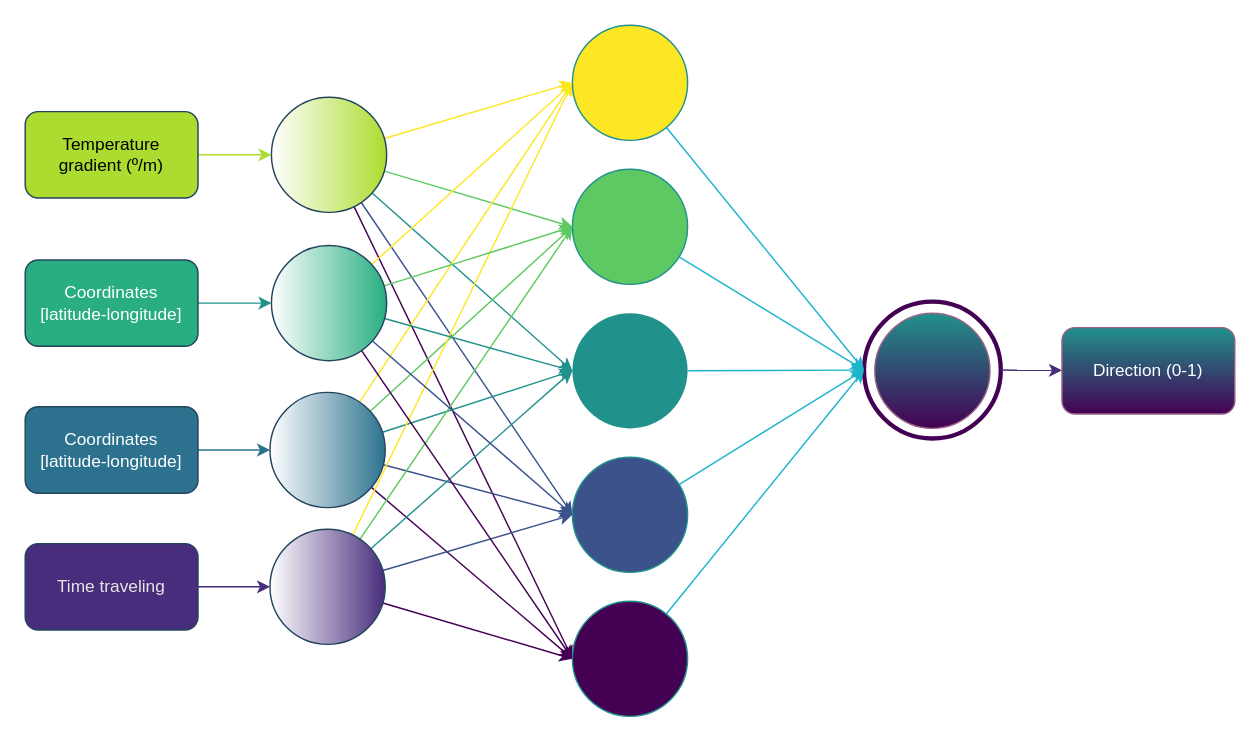
Earlier version of the draw.io diagram ann_pygos.drawio (HelenaAH30/pygoscelisantarcticus_ai). Source tidied: cells renumbered, new cells numbered last; positions are measured from the earlier drawing's top-left corner, leaving out a move shared by most shapes. Both pictures are drawn from the tidied source at 144%, with x=0, y=0 at pixel (24, 24).
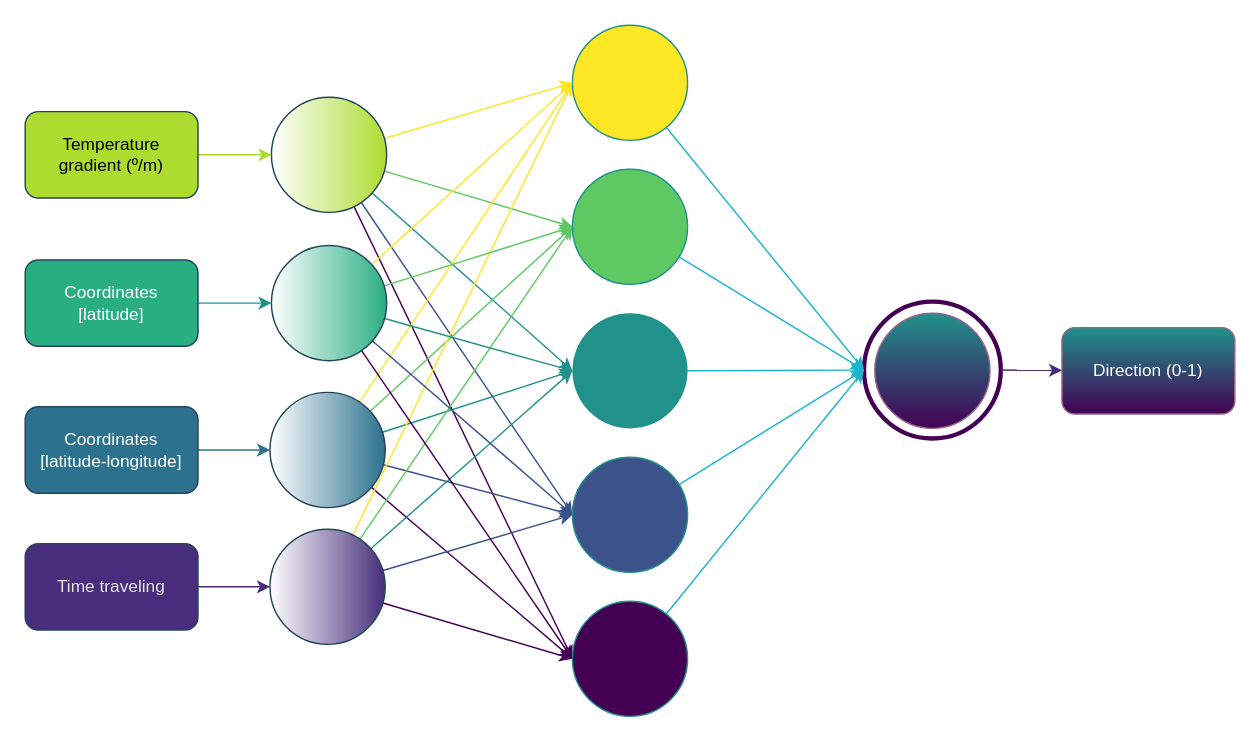
The same page after the edit.

Change to the diagram source:
```diff
@@
-    <mxCell id="47" value="Coordinates&lt;br&gt;[latitude-longitude]" style="rounded=1;whiteSpace=wrap;html=1;fillColor=#28AE80;strokeColor=#23445d;gradientColor=#28ae80;gradientDirection=east;fontColor=#FFFFFF;" parent="1" vertex="1">
+    <mxCell id="47" value="Coordinates&lt;br&gt;[latitude]" style="rounded=1;whiteSpace=wrap;html=1;fillColor=#28AE80;strokeColor=#23445d;gradientColor=#28ae80;gradientDirection=east;fontColor=#FFFFFF;" parent="1" vertex="1">
       <mxGeometry y="163" width="120" height="60" as="geometry" />
     </mxCell>
```
